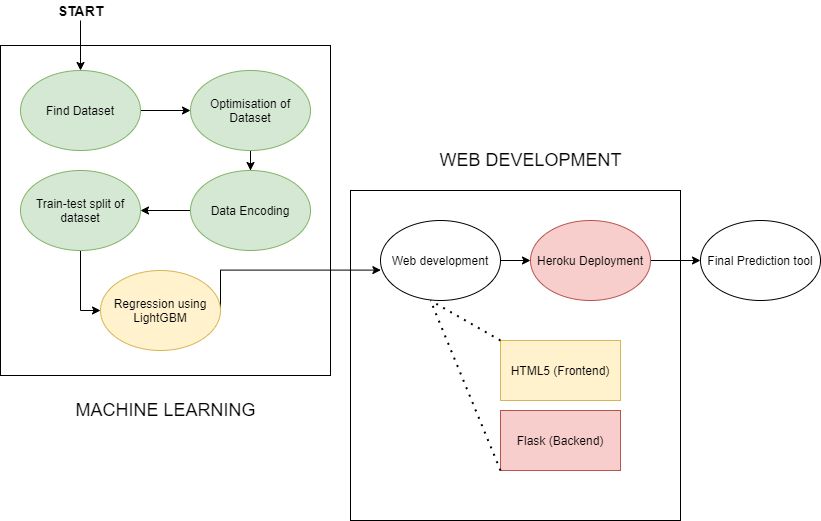
Arjun-Gopinath/Price-Foreteller-for-Preowned-Cars keeps this draw.io diagram as Design.png. Above is the earlier version. Source tidied: cells renumbered, new cells last; positions are measured from the earlier drawing's top-left corner, leaving out a move shared by most shapes.
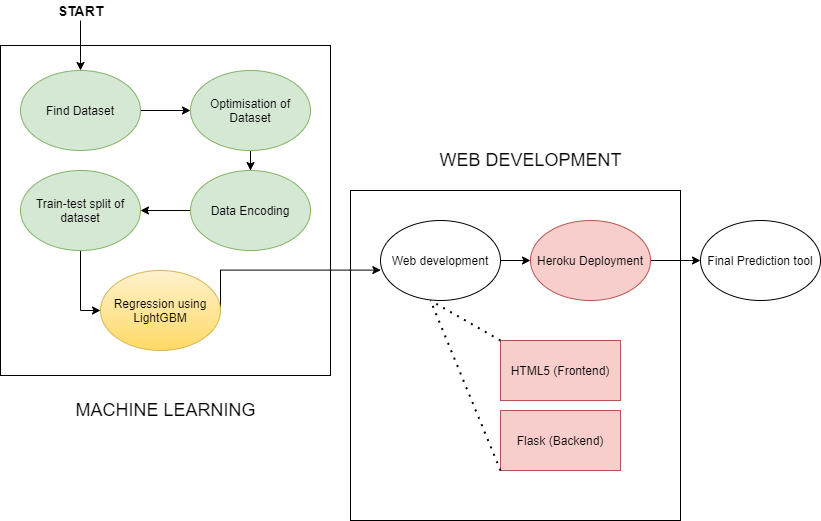
After the commit.

The edit, as a diff of the source:
```diff
@@ -39,7 +39,7 @@
         </Array>
       </mxGeometry>
     </mxCell>
-    <mxCell id="13" value="Regression using LightGBM" style="ellipse;whiteSpace=wrap;html=1;fillColor=#fff2cc;strokeColor=#d6b656;" parent="1" vertex="1">
+    <mxCell id="13" value="Regression using LightGBM" style="ellipse;whiteSpace=wrap;html=1;fillColor=#fff2cc;strokeColor=#d6b656;gradientColor=#ffd966;" parent="1" vertex="1">
       <mxGeometry x="100" y="270" width="120" height="80" as="geometry" />
     </mxCell>
     <mxCell id="14" style="edgeStyle=orthogonalEdgeStyle;rounded=0;jettySize=auto;html=1;" parent="1" edge="1" source="15" target="21">
@@ -54,7 +54,7 @@
     <mxCell id="17" value="&lt;font style=&quot;font-size: 18px&quot;&gt;WEB DEVELOPMENT&lt;/font&gt;" style="text;html=1;align=center;verticalAlign=middle;" parent="1" vertex="1">
       <mxGeometry x="430" y="150" width="200" height="20" as="geometry" />
     </mxCell>
-    <mxCell id="18" value="HTML5 (Frontend)" style="rounded=0;whiteSpace=wrap;html=1;fillColor=#fff2cc;strokeColor=#d6b656;" parent="1" vertex="1">
+    <mxCell id="18" value="HTML5 (Frontend)" style="rounded=0;whiteSpace=wrap;html=1;fillColor=#f8cecc;strokeColor=#b85450;" parent="1" vertex="1">
       <mxGeometry x="500" y="340" width="120" height="60" as="geometry" />
     </mxCell>
     <mxCell id="19" value="Flask (Backend)" style="rounded=0;whiteSpace=wrap;html=1;fillColor=#f8cecc;strokeColor=#b85450;" parent="1" vertex="1">
```
